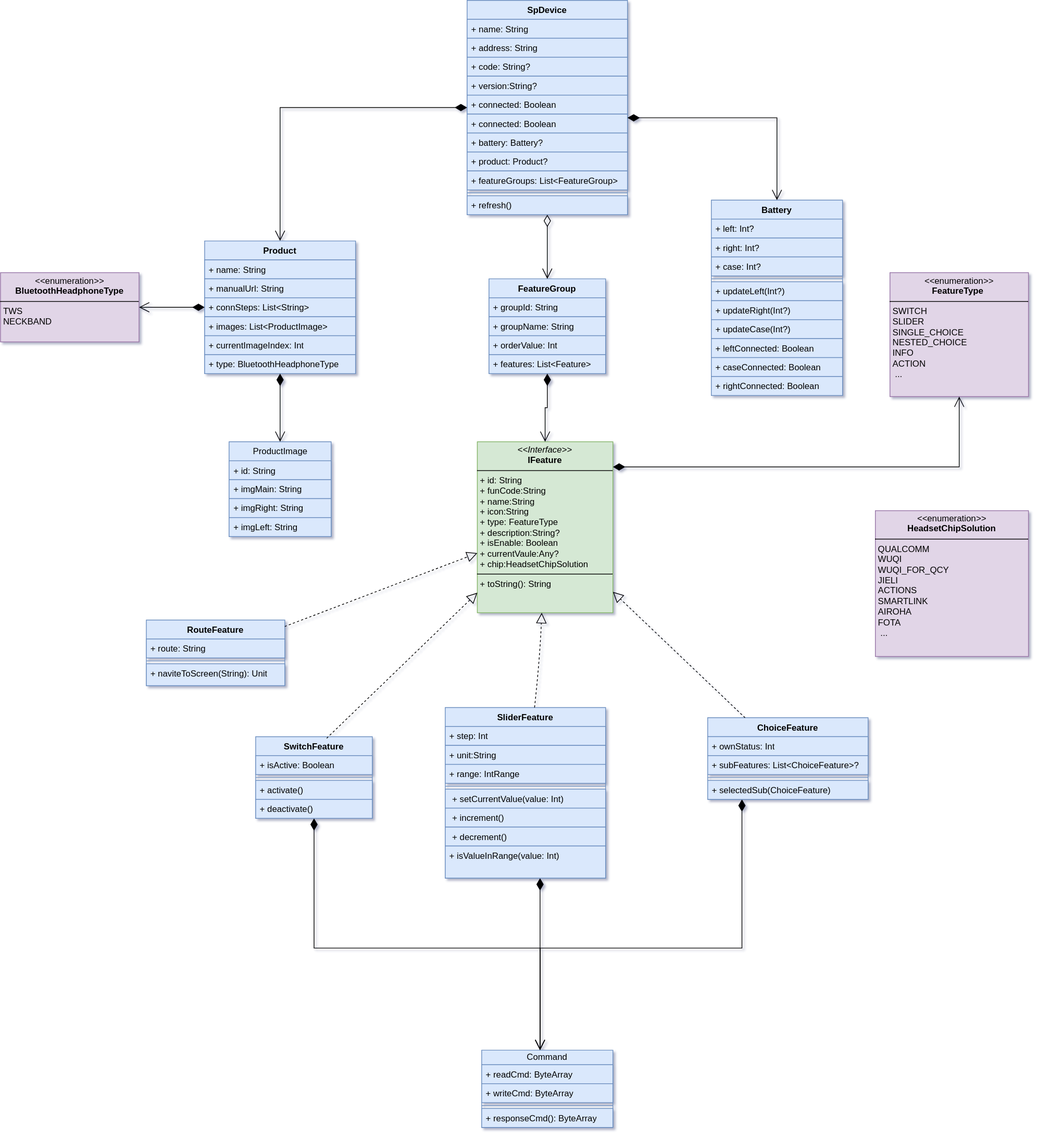
Above: sp-device.drawio.svg in kekemao00/draw-libs (draw.io), before the change. Source tidied: cells renumbered, new cells last; positions are measured from the earlier drawing's top-left corner, leaving out a move shared by most shapes.
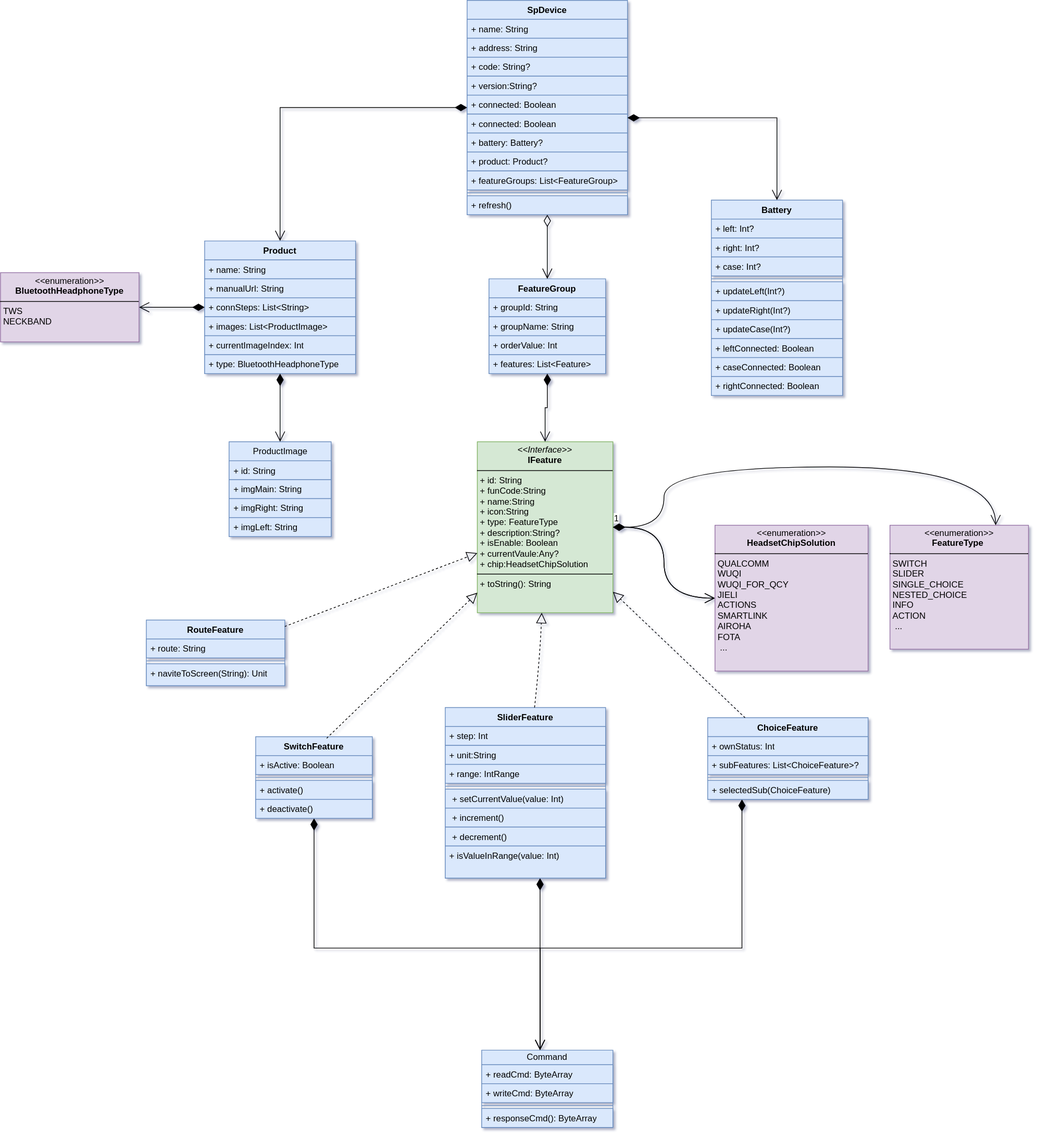
The same file after the commit.

What changed in the source:
```diff
@@ -185,16 +185,8 @@
       </mxGeometry>
     </mxCell>
     <mxCell id="56" value="&lt;p style=&quot;margin:0px;margin-top:4px;text-align:center;&quot;&gt;&lt;i&gt;&amp;lt;&amp;lt;&lt;/i&gt;enumeration&lt;i&gt;&amp;gt;&amp;gt;&lt;/i&gt;&lt;br&gt;&lt;b&gt;FeatureType&amp;nbsp;&lt;/b&gt;&lt;/p&gt;&lt;hr size=&quot;1&quot; style=&quot;border-style:solid;&quot;&gt;&lt;p style=&quot;margin:0px;margin-left:4px;&quot;&gt;SWITCH&amp;nbsp; &amp;nbsp; &amp;nbsp; &amp;nbsp; &amp;nbsp; &amp;nbsp; &amp;nbsp;&amp;nbsp;&lt;/p&gt;&lt;p style=&quot;margin:0px;margin-left:4px;&quot;&gt;SLIDER&lt;/p&gt;&lt;p style=&quot;margin:0px;margin-left:4px;&quot;&gt;SINGLE_CHOICE&amp;nbsp;&lt;/p&gt;&lt;p style=&quot;margin:0px;margin-left:4px;&quot;&gt;NESTED_CHOICE&amp;nbsp;&lt;/p&gt;&lt;p style=&quot;margin:0px;margin-left:4px;&quot;&gt;INFO&amp;nbsp;&amp;nbsp; &amp;nbsp; &amp;nbsp;&lt;/p&gt;&lt;p style=&quot;margin:0px;margin-left:4px;&quot;&gt;ACTION&amp;nbsp; &amp;nbsp;&lt;/p&gt;&lt;p style=&quot;margin:0px;margin-left:4px;&quot;&gt;&amp;nbsp;...&lt;/p&gt;&lt;p style=&quot;margin:0px;margin-left:4px;&quot;&gt;&amp;nbsp;&amp;nbsp; &amp;nbsp; &amp;nbsp; &amp;nbsp; &amp;nbsp;&amp;nbsp;&lt;/p&gt;&lt;p style=&quot;margin:0px;margin-left:4px;&quot;&gt;&amp;nbsp;&amp;nbsp; &amp;nbsp; &amp;nbsp; &amp;nbsp; &amp;nbsp; &amp;nbsp; &amp;nbsp;&amp;nbsp;&lt;/p&gt;" style="verticalAlign=top;align=left;overflow=fill;html=1;whiteSpace=wrap;fillColor=#e1d5e7;strokeColor=#9673a6;" parent="1" vertex="1">
-      <mxGeometry x="1220" y="373.5" width="190" height="170" as="geometry" />
+      <mxGeometry x="1220" y="720" width="190" height="170" as="geometry" />
     </mxCell>
-    <mxCell id="57" style="endArrow=open;html=1;endSize=12;startArrow=diamondThin;startSize=14;startFill=1;edgeStyle=orthogonalEdgeStyle;align=left;verticalAlign=bottom;rounded=0;" parent="1" edge="1" source="47" target="56">
-      <mxGeometry x="-1" y="3" relative="1" as="geometry">
-        <Array as="points">
-          <mxPoint x="1150" y="640" />
-          <mxPoint x="1150" y="640" />
-        </Array>
-      </mxGeometry>
-    </mxCell>
     <mxCell id="58" value="RouteFeature" style="swimlane;fontStyle=1;align=center;verticalAlign=top;horizontal=1;startSize=26;whiteSpace=wrap;html=1;fillColor=#dae8fc;strokeColor=#6c8ebf;" parent="1" vertex="1">
       <mxGeometry x="200" y="850" width="190" height="90" as="geometry" />
     </mxCell>
@@ -286,8 +278,23 @@
     <mxCell id="86" style="endArrow=block;dashed=1;endFill=0;endSize=12;html=1;rounded=0;fontSize=12;curved=1;" parent="1" edge="1" source="76" target="47">
       <mxGeometry relative="1" as="geometry" />
     </mxCell>
+    <mxCell id="88" value="1" style="endArrow=open;html=1;endSize=12;startArrow=diamondThin;startSize=14;startFill=1;edgeStyle=orthogonalEdgeStyle;align=left;verticalAlign=bottom;rounded=0;fontSize=12;curved=1;" parent="1" edge="1" source="47" target="87">
+      <mxGeometry x="-1" y="3" relative="1" as="geometry" />
+    </mxCell>
+    <mxCell id="57" value="1" style="endArrow=open;html=1;endSize=12;startArrow=diamondThin;startSize=14;startFill=1;edgeStyle=orthogonalEdgeStyle;align=left;verticalAlign=bottom;rounded=0;fontSize=12;curved=1;" parent="1" edge="1" source="47" target="56">
+      <mxGeometry x="-1" y="3" relative="1" as="geometry">
+        <Array as="points">
+          <mxPoint x="910" y="723" />
+          <mxPoint x="910" y="640" />
+          <mxPoint x="1365" y="640" />
+        </Array>
+      </mxGeometry>
+    </mxCell>
+    <mxCell id="89" style="endArrow=open;html=1;endSize=12;startArrow=diamondThin;startSize=14;startFill=1;edgeStyle=orthogonalEdgeStyle;align=left;verticalAlign=bottom;rounded=0;fontSize=12;curved=1;" parent="1" edge="1" source="47" target="87">
+      <mxGeometry x="-1" y="3" relative="1" as="geometry" />
+    </mxCell>
     <mxCell id="87" value="&lt;p style=&quot;margin:0px;margin-top:4px;text-align:center;&quot;&gt;&lt;i&gt;&amp;lt;&amp;lt;&lt;/i&gt;enumeration&lt;i&gt;&amp;gt;&amp;gt;&lt;/i&gt;&lt;br&gt;&lt;b&gt;HeadsetChipSolution&lt;/b&gt;&lt;/p&gt;&lt;hr size=&quot;1&quot; style=&quot;border-style:solid;&quot;&gt;&lt;p style=&quot;margin:0px;margin-left:4px;&quot;&gt;QUALCOMM&lt;br&gt;WUQI&lt;br&gt;WUQI_FOR_QCY&lt;br&gt;JIELI&lt;br&gt;ACTIONS&lt;br&gt;SMARTLINK&lt;br&gt;AIROHA&lt;br&gt;FOTA&lt;br&gt;&amp;nbsp;...&lt;/p&gt;" style="verticalAlign=top;align=left;overflow=fill;html=1;whiteSpace=wrap;fillColor=#e1d5e7;strokeColor=#9673a6;" parent="1" vertex="1">
-      <mxGeometry x="1200" y="700" width="210" height="200" as="geometry" />
+      <mxGeometry x="980" y="720" width="210" height="200" as="geometry" />
     </mxCell>
   </root>
 </mxGraphModel>
```
